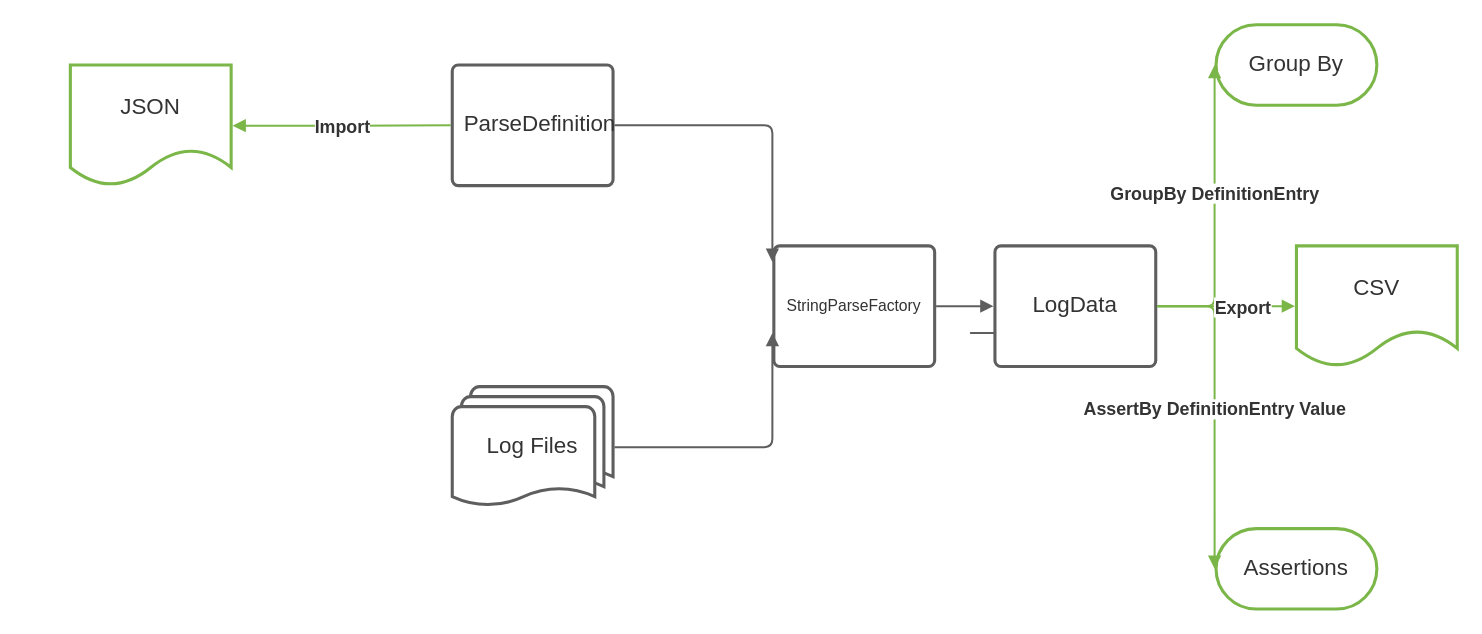
Earlier version of the draw.io diagram page "Processes" (2 of 2) of Log_Parser1.0.drawio (adobe/log-parser). Source tidied: cells renumbered, new cells numbered last; positions are measured from the earlier drawing's top-left corner, leaving out a move shared by most shapes. Both pictures are drawn from the tidied source at 134%, with x=0, y=0 at pixel (70, 24).
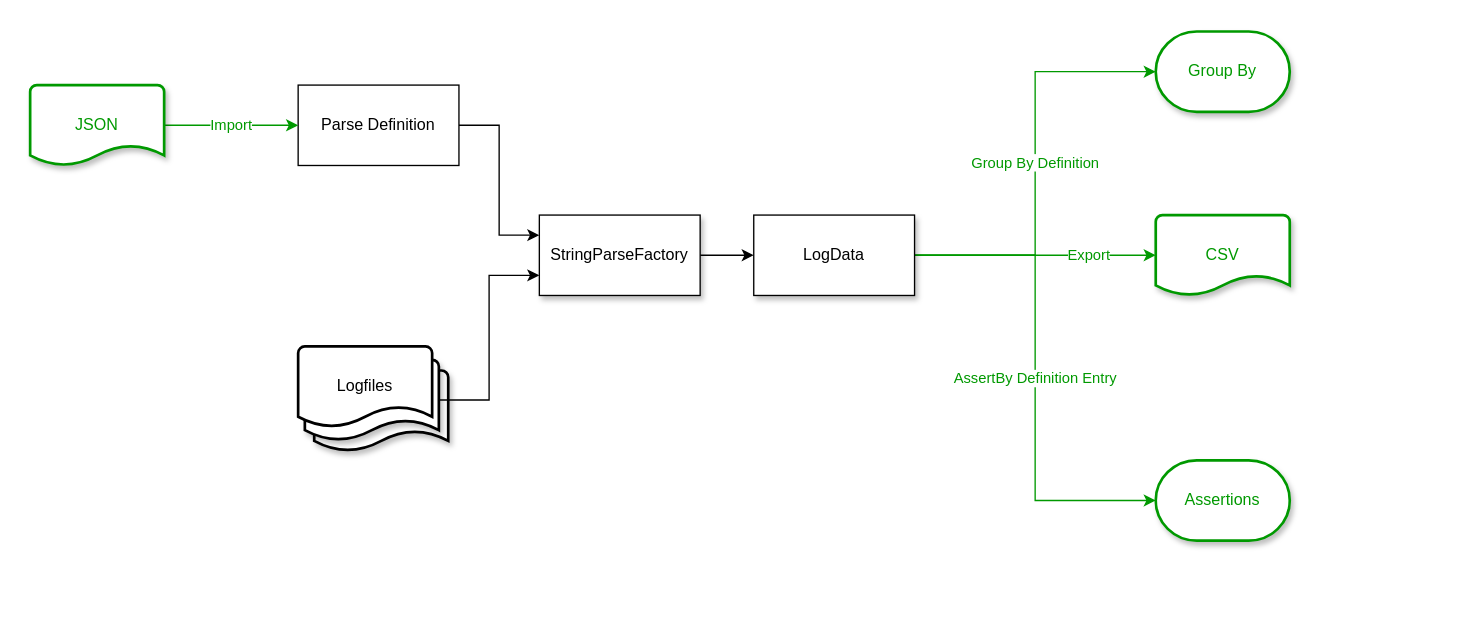
The same page after the edit.

Commit message:
Update Log_Parser1.0.drawio Cleaned up graph

The edit, as a diff of the source:
```diff
@@
-    <mxCell id="2" value="ParseDefinition" style="html=1;overflow=block;blockSpacing=1;whiteSpace=wrap;whiteSpace=wrap;fontSize=16.7;fontColor=#333333;spacing=9;strokeColor=#5e5e5e;strokeOpacity=100;rounded=1;absoluteArcSize=1;arcSize=9;strokeWidth=2.3;" parent="1" vertex="1">
-      <mxGeometry x="285" y="30" width="120" height="90" as="geometry" />
-    </mxCell>
+    <mxCell id="22" style="edgeStyle=orthogonalEdgeStyle;rounded=0;jettySize=auto;html=1;exitX=1;exitY=0.5;exitDx=0;exitDy=0;entryX=0;entryY=0.25;entryDx=0;entryDy=0;" parent="1" edge="1" source="23" target="3">
+      <mxGeometry relative="1" as="geometry" />
+    </mxCell>
+    <mxCell id="23" value="Parse Definition" style="rounded=0;whiteSpace=wrap;html=1;" parent="1" vertex="1">
+      <mxGeometry x="170" y="45" width="120" height="60" as="geometry" />
+    </mxCell>
+    <mxCell id="24" style="group;" parent="1" vertex="1">
+      <mxGeometry x="170" y="240" width="112" height="78" as="geometry" />
+    </mxCell>
+    <mxCell id="25" style="strokeWidth=2;html=1;shape=mxgraph.flowchart.document2;whiteSpace=wrap;size=0.25;shadow=1;" parent="24" vertex="1">
+      <mxGeometry x="12" y="18" width="100" height="60" as="geometry" />
+    </mxCell>
+    <mxCell id="26" style="strokeWidth=2;html=1;shape=mxgraph.flowchart.document2;whiteSpace=wrap;size=0.25;shadow=1;" parent="24" vertex="1">
+      <mxGeometry x="5" y="10" width="100" height="60" as="geometry" />
+    </mxCell>
+    <mxCell id="27" value="Logfiles" style="strokeWidth=2;html=1;shape=mxgraph.flowchart.document2;whiteSpace=wrap;size=0.25;" parent="24" vertex="1">
+      <mxGeometry width="100" height="60" as="geometry" />
+    </mxCell>
+    <mxCell id="7" style="edgeStyle=orthogonalEdgeStyle;rounded=0;jettySize=auto;html=1;exitX=1;exitY=0.5;exitDx=0;exitDy=0;entryX=0;entryY=0.5;entryDx=0;entryDy=0;strokeColor=#000000;fontColor=#000000;" parent="1" edge="1" source="3" target="8">
+      <mxGeometry relative="1" as="geometry" />
+    </mxCell>
-    <mxCell id="3" value="StringParseFactory" style="html=1;overflow=block;blockSpacing=1;whiteSpace=wrap;whiteSpace=wrap;fontSize=11.7;fontColor=#333333;spacing=9;strokeColor=#5e5e5e;strokeOpacity=100;rounded=1;absoluteArcSize=1;arcSize=9;strokeWidth=2.3;" parent="1" vertex="1">
-      <mxGeometry x="525" y="165" width="120" height="90" as="geometry" />
+    <mxCell id="3" value="StringParseFactory" style="rounded=0;whiteSpace=wrap;html=1;shadow=1;" parent="1" vertex="1">
+      <mxGeometry x="350" y="142" width="120" height="60" as="geometry" />
     </mxCell>
-    <mxCell id="4" value="Log Files" style="html=1;overflow=block;blockSpacing=1;whiteSpace=wrap;shape=mxgraph.flowchart.multi-document;whiteSpace=wrap;fontSize=16.7;fontColor=#333333;spacing=3.8;strokeColor=#5e5e5e;strokeOpacity=100;rounded=1;absoluteArcSize=1;arcSize=9;strokeWidth=2.3;" parent="1" vertex="1">
-      <mxGeometry x="285" y="270" width="120" height="90" as="geometry" />
-    </mxCell>
-    <mxCell id="5" style="html=1;jettySize=18;whiteSpace=wrap;fontSize=13;strokeColor=#5E5E5E;strokeWidth=1.5;rounded=1;arcSize=12;edgeStyle=orthogonalEdgeStyle;startArrow=none;endArrow=block;endFill=1;exitX=1.009;exitY=0.5;exitPerimeter=0;entryX=-0.009;entryY=0.133;entryPerimeter=0;" parent="1" edge="1" source="2" target="3">
-      <mxGeometry relative="1" as="geometry" />
-    </mxCell>
-    <mxCell id="6" style="html=1;jettySize=18;whiteSpace=wrap;fontSize=13;strokeColor=#5E5E5E;strokeWidth=1.5;rounded=1;arcSize=12;edgeStyle=orthogonalEdgeStyle;startArrow=none;endArrow=block;endFill=1;exitX=1.009;exitY=0.502;exitPerimeter=0;entryX=-0.009;entryY=0.722;entryPerimeter=0;" parent="1" edge="1" source="4" target="3">
-      <mxGeometry relative="1" as="geometry" />
-    </mxCell>
-    <mxCell id="7" style="html=1;jettySize=18;whiteSpace=wrap;fontSize=13;strokeColor=#5E5E5E;strokeWidth=1.5;rounded=1;arcSize=12;edgeStyle=orthogonalEdgeStyle;startArrow=none;endArrow=block;endFill=1;exitX=1.009;exitY=0.5;exitPerimeter=0;entryX=-0.009;entryY=0.5;entryPerimeter=0;" parent="1" edge="1" source="3" target="8">
-      <mxGeometry relative="1" as="geometry" />
-    </mxCell>
+    <mxCell id="11" value="Group By Definition" style="edgeStyle=orthogonalEdgeStyle;rounded=0;jettySize=auto;html=1;exitX=1;exitY=0.5;exitDx=0;exitDy=0;entryX=0;entryY=0.5;entryDx=0;entryDy=0;entryPerimeter=0;fontColor=#009900;strokeColor=#009900;" parent="1" edge="1" source="8" target="10">
+      <mxGeometry relative="1" as="geometry" />
+    </mxCell>
+    <mxCell id="14" value="AssertBy Definition Entry" style="edgeStyle=orthogonalEdgeStyle;rounded=0;jettySize=auto;html=1;exitX=1;exitY=0.5;exitDx=0;exitDy=0;entryX=0;entryY=0.5;entryDx=0;entryDy=0;entryPerimeter=0;strokeColor=#009900;fontColor=#009900;" parent="1" edge="1" source="8" target="13">
+      <mxGeometry relative="1" as="geometry" />
+    </mxCell>
+    <mxCell id="28" style="edgeStyle=orthogonalEdgeStyle;rounded=0;orthogonalLoop=1;jettySize=auto;html=1;exitX=0.5;exitY=1;exitDx=0;exitDy=0;" parent="1" edge="1">
+      <mxGeometry relative="1" as="geometry">
+        <mxPoint x="590" y="207" as="sourcePoint" />
+        <mxPoint x="590" y="207" as="targetPoint" />
+      </mxGeometry>
+    </mxCell>
+    <mxCell id="10" value="Group By" style="strokeWidth=2;html=1;shape=mxgraph.flowchart.terminator;whiteSpace=wrap;shadow=1;strokeColor=#009900;fontColor=#009900;" parent="1" vertex="1">
+      <mxGeometry x="810" y="5" width="100" height="60" as="geometry" />
+    </mxCell>
+    <mxCell id="16" value="CSV" style="strokeWidth=2;html=1;shape=mxgraph.flowchart.document2;whiteSpace=wrap;size=0.25;shadow=1;fontColor=#009900;strokeColor=#009900;" parent="1" vertex="1">
+      <mxGeometry x="810" y="142" width="100" height="60" as="geometry" />
+    </mxCell>
+    <mxCell id="13" value="Assertions" style="strokeWidth=2;html=1;shape=mxgraph.flowchart.terminator;whiteSpace=wrap;shadow=1;strokeColor=#009900;fontColor=#009900;" parent="1" vertex="1">
+      <mxGeometry x="810" y="325" width="100" height="60" as="geometry" />
+    </mxCell>
+    <mxCell id="21" value="Import" style="edgeStyle=orthogonalEdgeStyle;rounded=0;jettySize=auto;html=1;exitX=1;exitY=0.5;exitDx=0;exitDy=0;exitPerimeter=0;entryX=0;entryY=0.5;entryDx=0;entryDy=0;strokeColor=#009900;fontColor=#009900;" parent="1" edge="1" source="19" target="23">
+      <mxGeometry relative="1" as="geometry" />
+    </mxCell>
+    <mxCell id="19" value="JSON" style="strokeWidth=2;html=1;shape=mxgraph.flowchart.document2;whiteSpace=wrap;size=0.25;shadow=1;fontColor=#009900;strokeColor=#009900;" parent="1" vertex="1">
+      <mxGeometry x="-30" y="45" width="100" height="60" as="geometry" />
+    </mxCell>
+    <mxCell id="18" value="Export" style="edgeStyle=orthogonalEdgeStyle;rounded=0;jettySize=auto;html=1;exitX=1;exitY=0.5;exitDx=0;exitDy=0;entryX=0;entryY=0.5;entryDx=0;entryDy=0;entryPerimeter=0;strokeColor=#009900;fontColor=#009900;" parent="1" edge="1" source="8" target="16">
+      <mxGeometry x="0.44" relative="1" as="geometry" />
+    </mxCell>
-    <mxCell id="8" value="LogData" style="html=1;overflow=block;blockSpacing=1;whiteSpace=wrap;whiteSpace=wrap;fontSize=16.7;fontColor=#333333;spacing=9;strokeColor=#5e5e5e;strokeOpacity=100;rounded=1;absoluteArcSize=1;arcSize=9;strokeWidth=2.3;" parent="1" vertex="1">
-      <mxGeometry x="690" y="165" width="120" height="90" as="geometry" />
+    <mxCell id="8" value="LogData" style="rounded=0;whiteSpace=wrap;html=1;shadow=1;" parent="1" vertex="1">
+      <mxGeometry x="510" y="142" width="120" height="60" as="geometry" />
     </mxCell>
-    <mxCell id="9" style="html=1;jettySize=18;whiteSpace=wrap;fontSize=13;strokeColor=#5E5E5E;strokeWidth=1.5;rounded=1;arcSize=12;edgeStyle=orthogonalEdgeStyle;startArrow=none;endArrow=none;exitY=0.5;exitPerimeter=0;entryY=0.5;entryPerimeter=0;" parent="1" edge="1" source="8" target="8">
-      <mxGeometry relative="1" as="geometry">
-        <Array as="points">
-          <mxPoint x="669" y="230" />
-          <mxPoint x="669" y="230" />
-        </Array>
-      </mxGeometry>
-    </mxCell>
-    <mxCell id="10" value="Group By" style="html=1;overflow=block;blockSpacing=1;whiteSpace=wrap;rounded=1;arcSize=50;whiteSpace=wrap;fontSize=16.7;fontColor=#333333;spacing=3.8;strokeColor=#7ab648;strokeOpacity=100;strokeWidth=2.3;" parent="1" vertex="1">
-      <mxGeometry x="855" width="120" height="60" as="geometry" />
-    </mxCell>
-    <mxCell id="11" style="html=1;jettySize=18;whiteSpace=wrap;fontSize=13;strokeColor=#7ab648;strokeOpacity=100;strokeWidth=1.5;rounded=1;arcSize=12;edgeStyle=orthogonalEdgeStyle;startArrow=none;endArrow=block;endFill=1;exitX=1.009;exitY=0.5;exitPerimeter=0;entryX=-0.009;entryY=0.5;entryPerimeter=0;" parent="1" edge="1" source="8" target="10">
-      <mxGeometry relative="1" as="geometry" />
-    </mxCell>
-    <mxCell id="12" value="GroupBy DefinitionEntry" style="text;html=1;labelBackgroundColor=#ffffff;align=center;verticalAlign=middle;fontStyle=1;fontColor=#333333;fontSize=13.3;" parent="11" vertex="1">
-      <mxGeometry x="0.14" relative="1" as="geometry" />
-    </mxCell>
-    <mxCell id="13" value="Assertions" style="html=1;overflow=block;blockSpacing=1;whiteSpace=wrap;rounded=1;arcSize=50;whiteSpace=wrap;fontSize=16.7;fontColor=#333333;spacing=3.8;strokeColor=#7ab648;strokeOpacity=100;strokeWidth=2.3;" parent="1" vertex="1">
-      <mxGeometry x="855" y="376" width="120" height="60" as="geometry" />
-    </mxCell>
-    <mxCell id="14" style="html=1;jettySize=18;whiteSpace=wrap;fontSize=13;strokeColor=#7ab648;strokeOpacity=100;strokeWidth=1.5;rounded=1;arcSize=12;edgeStyle=orthogonalEdgeStyle;startArrow=none;endArrow=block;endFill=1;exitX=1.009;exitY=0.5;exitPerimeter=0;entryX=-0.009;entryY=0.5;entryPerimeter=0;" parent="1" edge="1" source="8" target="13">
-      <mxGeometry relative="1" as="geometry" />
-    </mxCell>
-    <mxCell id="15" value="AssertBy DefinitionEntry Value" style="text;html=1;labelBackgroundColor=#ffffff;align=center;verticalAlign=middle;fontStyle=1;fontColor=#333333;fontSize=13.3;" parent="14" vertex="1">
-      <mxGeometry relative="1" as="geometry" />
-    </mxCell>
-    <mxCell id="16" value="CSV" style="html=1;overflow=block;blockSpacing=1;whiteSpace=wrap;shape=document;boundedLbl=1;whiteSpace=wrap;fontSize=16.7;fontColor=#333333;spacing=3.8;strokeColor=#7ab648;strokeOpacity=100;rounded=1;absoluteArcSize=1;arcSize=9;strokeWidth=2.3;" parent="1" vertex="1">
-      <mxGeometry x="915" y="165" width="120" height="90" as="geometry" />
-    </mxCell>
-    <mxCell id="17" style="html=1;jettySize=18;whiteSpace=wrap;fontSize=13;strokeColor=#7ab648;strokeOpacity=100;strokeWidth=1.5;rounded=1;arcSize=12;edgeStyle=orthogonalEdgeStyle;startArrow=none;endArrow=block;endFill=1;exitX=1.009;exitY=0.5;exitPerimeter=0;entryX=-0.009;entryY=0.5;entryPerimeter=0;" parent="1" edge="1" source="8" target="16">
-      <mxGeometry relative="1" as="geometry" />
-    </mxCell>
-    <mxCell id="18" value="Export" style="text;html=1;labelBackgroundColor=#ffffff;align=center;verticalAlign=middle;fontStyle=1;fontColor=#333333;fontSize=13.3;" parent="17" vertex="1">
-      <mxGeometry x="0.22" relative="1" as="geometry" />
-    </mxCell>
-    <mxCell id="19" value="JSON" style="html=1;overflow=block;blockSpacing=1;whiteSpace=wrap;shape=document;boundedLbl=1;whiteSpace=wrap;fontSize=16.7;fontColor=#333333;spacing=3.8;strokeColor=#7ab648;strokeOpacity=100;rounded=1;absoluteArcSize=1;arcSize=9;strokeWidth=2.3;" parent="1" vertex="1">
-      <mxGeometry y="30" width="120" height="90" as="geometry" />
-    </mxCell>
-    <mxCell id="20" style="html=1;jettySize=18;whiteSpace=wrap;fontSize=13;strokeColor=#7ab648;strokeOpacity=100;strokeWidth=1.5;rounded=1;arcSize=12;edgeStyle=orthogonalEdgeStyle;startArrow=block;startFill=1;endArrow=none;exitX=1.009;exitY=0.503;exitPerimeter=0;entryX=-0.009;entryY=0.5;entryPerimeter=0;" parent="1" edge="1" source="19" target="2">
-      <mxGeometry relative="1" as="geometry" />
-    </mxCell>
-    <mxCell id="21" value="Import" style="text;html=1;labelBackgroundColor=#ffffff;align=center;verticalAlign=middle;fontStyle=1;fontColor=#333333;fontSize=13.3;" parent="20" vertex="1">
-      <mxGeometry relative="1" as="geometry" />
-    </mxCell>
+    <mxCell id="29" style="edgeStyle=orthogonalEdgeStyle;rounded=0;jettySize=auto;html=1;exitX=1;exitY=0.5;exitDx=0;exitDy=0;exitPerimeter=0;entryX=0;entryY=0.75;entryDx=0;entryDy=0;fontColor=#000000;" parent="1" edge="1" source="26" target="3">
+      <mxGeometry relative="1" as="geometry" />
+    </mxCell>
```
